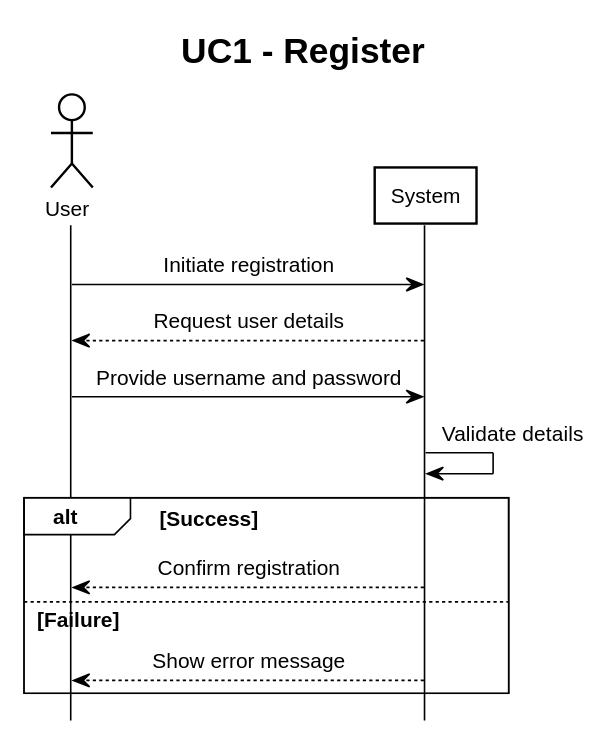
Before: out/Analysis/SSDs/UC1_Register/UC1_Register.svg, a diagram exported from PlantUML (SEPCheesecakeFactory/SEP3).
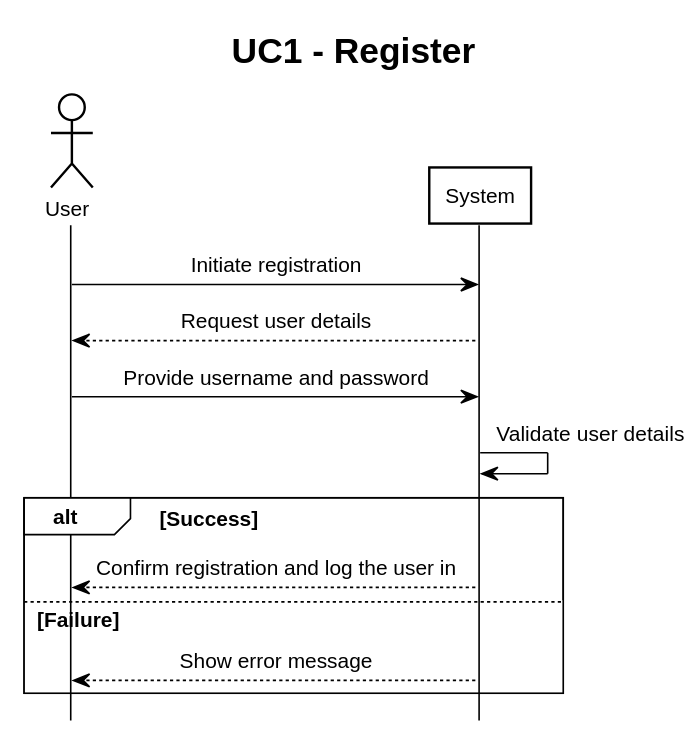
Above is the later version.

What changed in the source:
```diff
@@ -8,9 +8,9 @@
 User -> System: Initiate registration
 System --> User: Request user details
 User -> System: Provide username and password
-System -> System: Validate details
+System -> System: Validate user details
 alt Success
-    System --> User: Confirm registration
+    System --> User: Confirm registration and log the user in
 else Failure
     System --> User: Show error message
 end
```
